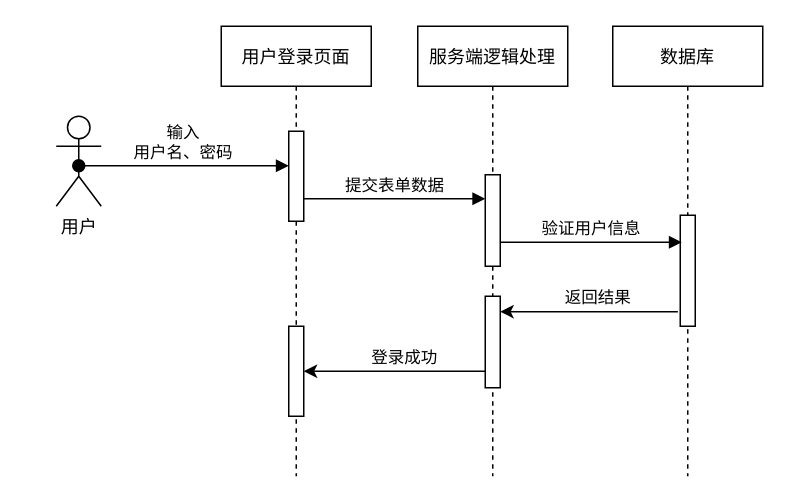
Before: drawio/注册时序图.drawio in jhongxu/image-hosting, a draw.io diagram. Source tidied: cells renumbered, new cells numbered last; positions are measured from the earlier drawing's top-left corner, leaving out a move shared by most shapes. Both pictures are drawn from the tidied source at 150%, with x=0, y=0 at pixel (56, 26).
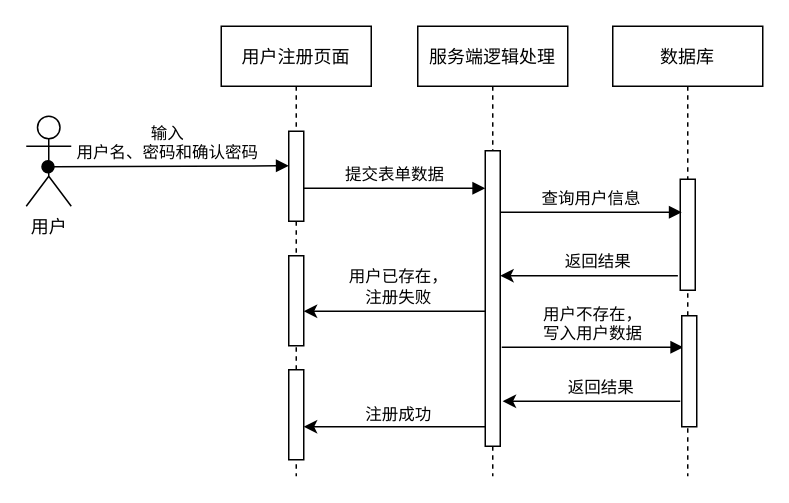
The same diagram, later.

Commit message:
更新注册时序图.drawio

Unchanged cells that the change refers to:
```xml
<mxCell id="5" value="服务端逻辑处理" style="shape=umlLifeline;perimeter=lifelinePerimeter;rounded=0;shadow=0;strokeWidth=1;" parent="1" vertex="1">
  <mxGeometry x="241" width="100" height="300" as="geometry" />
</mxCell>
<mxCell id="11" value="数据库" style="shape=umlLifeline;perimeter=lifelinePerimeter;rounded=0;shadow=0;strokeWidth=1;" parent="1" vertex="1">
  <mxGeometry x="371" width="100" height="300" as="geometry" />
</mxCell>
```

Diff of the diagram source:
```diff
@@
-    <mxCell id="2" value="用户登录页面" style="shape=umlLifeline;perimeter=lifelinePerimeter;rounded=0;shadow=0;strokeWidth=1;" parent="1" vertex="1">
+    <mxCell id="2" value="用户注册页面" style="shape=umlLifeline;perimeter=lifelinePerimeter;rounded=0;shadow=0;strokeWidth=1;" parent="1" vertex="1">
       <mxGeometry x="110" width="100" height="300" as="geometry" />
     </mxCell>
@@
     <mxCell id="4" style="points=[];perimeter=orthogonalPerimeter;rounded=0;shadow=0;strokeWidth=1;" parent="2" vertex="1">
-      <mxGeometry x="45" y="200" width="10" height="60" as="geometry" />
+      <mxGeometry x="45" y="153" width="10" height="60" as="geometry" />
     </mxCell>
+    <mxCell id="18" style="perimeter=orthogonalPerimeter;rounded=0;shadow=0;strokeWidth=1;" parent="2" vertex="1">
+      <mxGeometry x="45" y="229" width="10" height="60" as="geometry" />
+    </mxCell>
@@
     <mxCell id="6" style="points=[];perimeter=orthogonalPerimeter;rounded=0;shadow=0;strokeWidth=1;" parent="5" vertex="1">
-      <mxGeometry x="45" y="99" width="10" height="61" as="geometry" />
+      <mxGeometry x="45" y="83" width="10" height="197" as="geometry" />
     </mxCell>
-    <mxCell id="7" style="points=[];perimeter=orthogonalPerimeter;rounded=0;shadow=0;strokeWidth=1;" parent="5" vertex="1">
-      <mxGeometry x="45" y="180" width="10" height="61" as="geometry" />
-    </mxCell>
-    <mxCell id="8" value="提交表单数据" style="verticalAlign=bottom;endArrow=block;shadow=0;strokeWidth=1;" parent="1" edge="1" target="6">
+    <mxCell id="8" value="提交表单数据" style="verticalAlign=bottom;endArrow=block;shadow=0;strokeWidth=1;" parent="1" edge="1">
       <mxGeometry relative="1" as="geometry">
-        <mxPoint x="165" y="115" as="sourcePoint" />
+        <mxPoint x="165" y="108" as="sourcePoint" />
+        <mxPoint x="286" y="108" as="targetPoint" />
       </mxGeometry>
     </mxCell>
     <mxCell id="9" value="用户" style="shape=umlActor;verticalLabelPosition=bottom;verticalAlign=top;html=1;outlineConnect=0;" parent="1" vertex="1">
-      <mxGeometry y="60" width="30" height="60" as="geometry" />
+      <mxGeometry x="-20" y="60" width="30" height="60" as="geometry" />
     </mxCell>
-    <mxCell id="10" value="输入&#10;用户名、密码" style="verticalAlign=bottom;startArrow=oval;endArrow=block;startSize=8;shadow=0;strokeWidth=1;exitX=0.5;exitY=0.5;exitDx=0;exitDy=0;exitPerimeter=0;" parent="1" edge="1">
+    <mxCell id="10" value="输入&#10;用户名、密码和确认密码" style="verticalAlign=bottom;startArrow=oval;endArrow=block;startSize=8;shadow=0;strokeWidth=1;exitX=0.483;exitY=0.562;exitDx=0;exitDy=0;exitPerimeter=0;" parent="1" edge="1" source="9">
       <mxGeometry relative="1" as="geometry">
-        <mxPoint x="15" y="93" as="sourcePoint" />
         <mxPoint x="155" y="93" as="targetPoint" />
       </mxGeometry>
     </mxCell>
@@
     <mxCell id="12" style="points=[];perimeter=orthogonalPerimeter;rounded=0;shadow=0;strokeWidth=1;" parent="11" vertex="1">
-      <mxGeometry x="45" y="126" width="10" height="74" as="geometry" />
+      <mxGeometry x="45" y="102" width="10" height="74" as="geometry" />
     </mxCell>
+    <mxCell id="19" style="endArrow=classic;html=1;rounded=0;exitX=-0.157;exitY=0.869;exitDx=0;exitDy=0;exitPerimeter=0;" parent="11" edge="1">
+      <mxGeometry relative="1" as="geometry">
+        <mxPoint x="45" y="250" as="sourcePoint" />
+        <mxPoint x="-73.4" y="250" as="targetPoint" />
+      </mxGeometry>
+    </mxCell>
+    <mxCell id="20" value="返回结果" style="edgeLabel;html=1;align=center;verticalAlign=middle;" parent="19" vertex="1">
+      <mxGeometry x="-0.29" y="1" relative="1" as="geometry">
+        <mxPoint x="-12" y="-11" as="offset" />
+      </mxGeometry>
+    </mxCell>
-    <mxCell id="13" value="验证用户信息" style="verticalAlign=bottom;endArrow=block;shadow=0;strokeWidth=1;" parent="1" edge="1">
+    <mxCell id="13" value="查询用户信息" style="verticalAlign=bottom;endArrow=block;shadow=0;strokeWidth=1;" parent="1" edge="1">
       <mxGeometry relative="1" as="geometry">
-        <mxPoint x="296" y="144" as="sourcePoint" />
-        <mxPoint x="417" y="144" as="targetPoint" />
+        <mxPoint x="296" y="124" as="sourcePoint" />
+        <mxPoint x="417" y="124" as="targetPoint" />
       </mxGeometry>
     </mxCell>
-    <mxCell id="14" style="endArrow=classic;html=1;rounded=0;exitX=-0.157;exitY=0.869;exitDx=0;exitDy=0;exitPerimeter=0;" parent="1" edge="1" source="12" target="7">
-      <mxGeometry relative="1" as="geometry" />
+    <mxCell id="14" style="endArrow=classic;html=1;rounded=0;exitX=-0.157;exitY=0.869;exitDx=0;exitDy=0;exitPerimeter=0;" parent="1" edge="1" source="12">
+      <mxGeometry relative="1" as="geometry">
+        <mxPoint x="296" y="166.3" as="targetPoint" />
+      </mxGeometry>
     </mxCell>
@@
-    <mxCell id="16" style="endArrow=classic;html=1;rounded=0;exitX=-0.157;exitY=0.869;exitDx=0;exitDy=0;exitPerimeter=0;" parent="1" edge="1" target="4">
+    <mxCell id="16" style="endArrow=classic;html=1;rounded=0;exitX=-0.157;exitY=0.869;exitDx=0;exitDy=0;exitPerimeter=0;" parent="1" edge="1">
       <mxGeometry relative="1" as="geometry">
-        <mxPoint x="286.4" y="230" as="sourcePoint" />
+        <mxPoint x="286.4" y="190" as="sourcePoint" />
+        <mxPoint x="165" y="190" as="targetPoint" />
       </mxGeometry>
     </mxCell>
-    <mxCell id="17" value="登录成功" style="edgeLabel;html=1;align=center;verticalAlign=middle;" parent="16" vertex="1">
-      <mxGeometry x="-0.29" y="1" relative="1" as="geometry">
-        <mxPoint x="-12" y="-11" as="offset" />
-      </mxGeometry>
-    </mxCell>
+    <mxCell id="21" value="用户已存在，&lt;br&gt;注册失败" style="edgeLabel;html=1;align=center;verticalAlign=middle;" parent="16" vertex="1">
+      <mxGeometry x="0.16" y="-3" relative="1" as="geometry">
+        <mxPoint x="11" y="-14" as="offset" />
+      </mxGeometry>
+    </mxCell>
+    <mxCell id="22" value="用户不存在，&#10;写入用户数据" style="verticalAlign=bottom;endArrow=block;shadow=0;strokeWidth=1;" parent="1" edge="1">
+      <mxGeometry relative="1" as="geometry">
+        <mxPoint x="297" y="214" as="sourcePoint" />
+        <mxPoint x="418" y="214" as="targetPoint" />
+      </mxGeometry>
+    </mxCell>
+    <mxCell id="23" style="perimeter=orthogonalPerimeter;rounded=0;shadow=0;strokeWidth=1;" parent="1" vertex="1">
+      <mxGeometry x="417" y="193" width="10" height="74" as="geometry" />
+    </mxCell>
+    <mxCell id="24" style="endArrow=classic;html=1;rounded=0;exitX=-0.157;exitY=0.869;exitDx=0;exitDy=0;exitPerimeter=0;" parent="1" edge="1">
+      <mxGeometry relative="1" as="geometry">
+        <mxPoint x="286.4" y="267" as="sourcePoint" />
+        <mxPoint x="165" y="267" as="targetPoint" />
+      </mxGeometry>
+    </mxCell>
+    <mxCell id="25" value="注册成功" style="edgeLabel;html=1;align=center;verticalAlign=middle;" parent="24" vertex="1">
+      <mxGeometry x="0.16" y="-3" relative="1" as="geometry">
+        <mxPoint x="11" y="-6" as="offset" />
+      </mxGeometry>
+    </mxCell>
```
